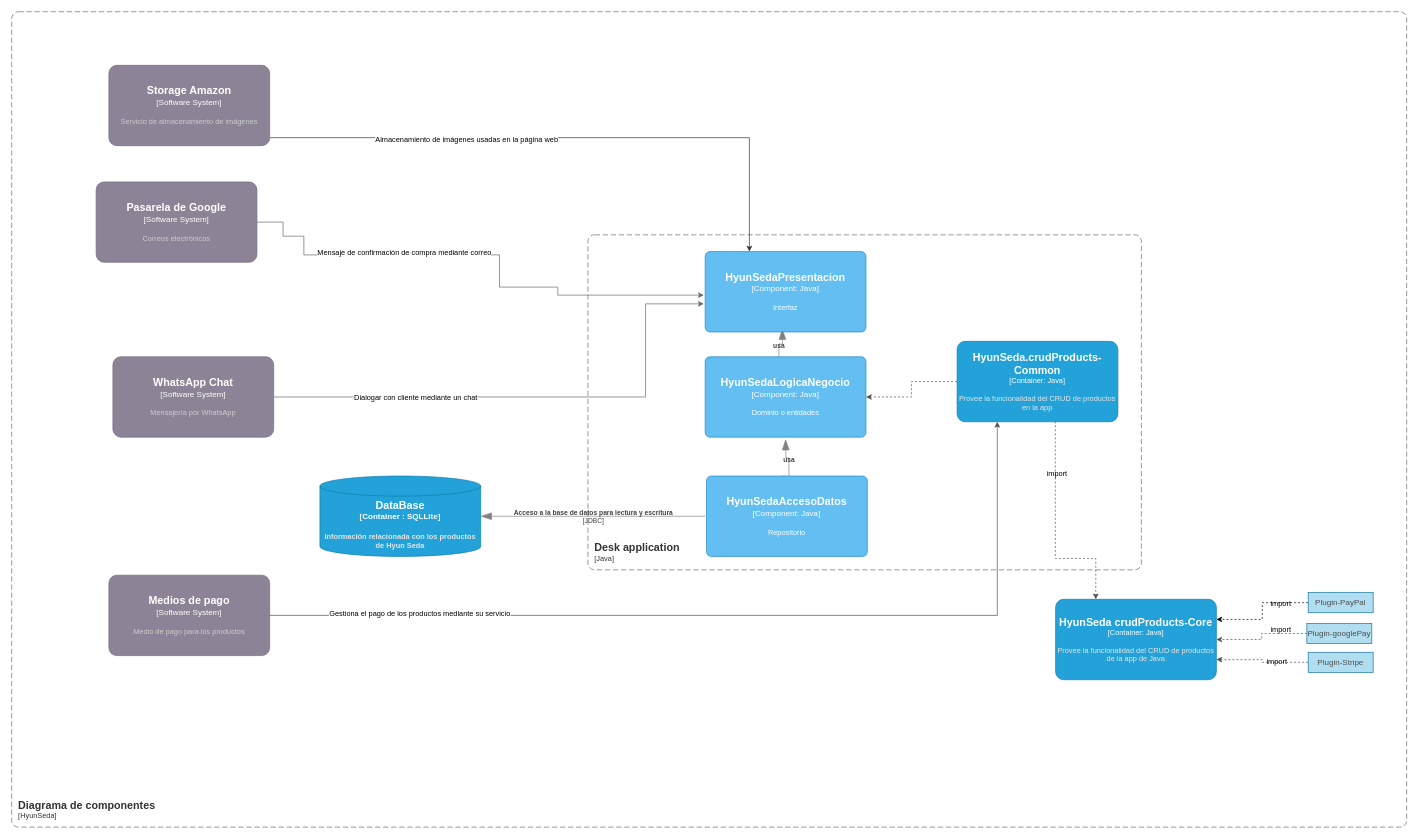
This is DiagramasC4HyunSedaCorte1/3. Diagrama de componentes.drawio from Cragaleo/Sprint-1-Contenido-parte-7-, a draw.io file, before an edit. Source tidied: cells renumbered, new cells numbered last; positions are measured from the earlier drawing's top-left corner, leaving out a move shared by most shapes. Both pictures are drawn from the tidied source at 67%, with x=0, y=0 at pixel (11, 11).
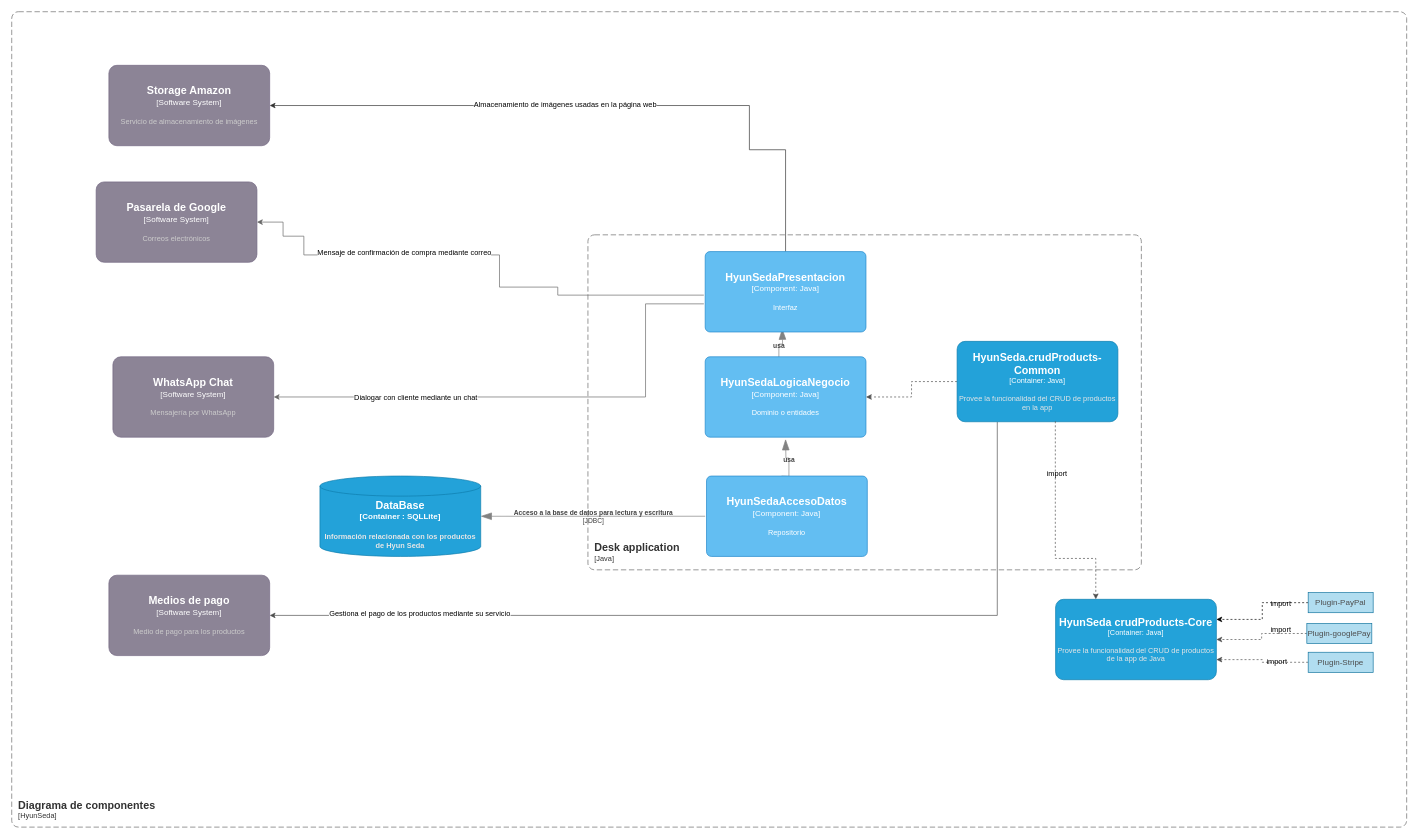
After the change.

Unchanged cells that the change refers to:
```xml
<object id="11" label="&lt;font style=&quot;font-size: 16px&quot;&gt;&lt;b&gt;%c4Name%&lt;/b&gt;&lt;/font&gt;&lt;div&gt;[%c4Type%]&lt;/div&gt;&lt;br&gt;&lt;div&gt;&lt;font style=&quot;font-size: 11px&quot;&gt;&lt;font color=&quot;#cccccc&quot;&gt;%c4Description%&lt;/font&gt;&lt;/div&gt;" c4Description="Servicio de almacenamiento de imágenes" c4Name="Storage Amazon" c4Type="Software System" placeholders="1">
  <mxCell style="rounded=1;whiteSpace=wrap;html=1;labelBackgroundColor=none;fillColor=#8C8496;fontColor=#ffffff;align=center;arcSize=10;strokeColor=#736782;points=[[0.25,0,0],[0.5,0,0],[0.75,0,0],[1,0.25,0],[1,0.5,0],[1,0.75,0],[0.75,1,0],[0.5,1,0],[0.25,1,0],[0,0.75,0],[0,0.5,0],[0,0.25,0]];" parent="1" vertex="1">
    <mxGeometry x="145" y="80" width="240" height="120" as="geometry" />
  </mxCell>
</object>
<object id="13" label="&lt;font style=&quot;font-size: 16px&quot;&gt;&lt;b&gt;%c4Name%&lt;/b&gt;&lt;/font&gt;&lt;div&gt;[%c4Type%]&lt;/div&gt;&lt;br&gt;&lt;div&gt;&lt;font style=&quot;font-size: 11px&quot;&gt;&lt;font color=&quot;#cccccc&quot;&gt;%c4Description%&lt;/font&gt;&lt;/div&gt;" c4Description="Medio de pago para los productos" c4Name="Medios de pago" c4Type="Software System" placeholders="1">
  <mxCell style="rounded=1;whiteSpace=wrap;html=1;labelBackgroundColor=none;fillColor=#8C8496;fontColor=#ffffff;align=center;arcSize=10;strokeColor=#736782;points=[[0.25,0,0],[0.5,0,0],[0.75,0,0],[1,0.25,0],[1,0.5,0],[1,0.75,0],[0.75,1,0],[0.5,1,0],[0.25,1,0],[0,0.75,0],[0,0.5,0],[0,0.25,0]];" parent="1" vertex="1">
    <mxGeometry x="145" y="841" width="240" height="120" as="geometry" />
  </mxCell>
</object>
<object id="15" label="&lt;font style=&quot;font-size: 16px&quot;&gt;&lt;b&gt;%c4Name%&lt;/b&gt;&lt;/font&gt;&lt;div&gt;[%c4Type%]&lt;/div&gt;&lt;br&gt;&lt;div&gt;&lt;font style=&quot;font-size: 11px&quot;&gt;&lt;font color=&quot;#cccccc&quot;&gt;%c4Description%&lt;/font&gt;&lt;/div&gt;" c4Description="Correos electrónicos" c4Name="Pasarela de Google" c4Type="Software System" placeholders="1">
  <mxCell style="rounded=1;whiteSpace=wrap;html=1;labelBackgroundColor=none;fillColor=#8C8496;fontColor=#ffffff;align=center;arcSize=10;strokeColor=#736782;points=[[0.25,0,0],[0.5,0,0],[0.75,0,0],[1,0.25,0],[1,0.5,0],[1,0.75,0],[0.75,1,0],[0.5,1,0],[0.25,1,0],[0,0.75,0],[0,0.5,0],[0,0.25,0]];" parent="1" vertex="1">
    <mxGeometry x="126" y="254" width="240" height="120" as="geometry" />
  </mxCell>
</object>
<object id="17" label="&lt;font style=&quot;font-size: 16px&quot;&gt;&lt;b&gt;%c4Name%&lt;/b&gt;&lt;/font&gt;&lt;div&gt;[%c4Type%]&lt;/div&gt;&lt;br&gt;&lt;div&gt;&lt;font style=&quot;font-size: 11px&quot;&gt;&lt;font color=&quot;#cccccc&quot;&gt;%c4Description%&lt;/font&gt;&lt;/div&gt;" c4Description="Mensajería por WhatsApp" c4Name="WhatsApp Chat" c4Type="Software System" placeholders="1">
  <mxCell style="rounded=1;whiteSpace=wrap;html=1;labelBackgroundColor=none;fillColor=#8C8496;fontColor=#ffffff;align=center;arcSize=10;strokeColor=#736782;points=[[0.25,0,0],[0.5,0,0],[0.75,0,0],[1,0.25,0],[1,0.5,0],[1,0.75,0],[0.75,1,0],[0.5,1,0],[0.25,1,0],[0,0.75,0],[0,0.5,0],[0,0.25,0]];" parent="1" vertex="1">
    <mxGeometry x="151" y="515" width="240" height="120" as="geometry" />
  </mxCell>
</object>
<object id="21" label="&lt;font style=&quot;font-size: 16px&quot;&gt;&lt;b&gt;%c4Name%&lt;/b&gt;&lt;/font&gt;&lt;div&gt;[%c4Type%: %c4Technology%]&lt;/div&gt;&lt;br&gt;&lt;div&gt;&lt;font style=&quot;font-size: 11px&quot;&gt;%c4Description%&lt;/font&gt;&lt;/div&gt;" c4Description="Interfaz" c4Name="HyunSedaPresentacion" c4Technology="Java" c4Type="Component" placeholders="1">
  <mxCell style="rounded=1;whiteSpace=wrap;html=1;labelBackgroundColor=none;fillColor=#63BEF2;fontColor=#ffffff;align=center;arcSize=6;strokeColor=#2086C9;points=[[0.25,0,0],[0.5,0,0],[0.75,0,0],[1,0.25,0],[1,0.5,0],[1,0.75,0],[0.75,1,0],[0.5,1,0],[0.25,1,0],[0,0.75,0],[0,0.5,0],[0,0.25,0]];" parent="1" vertex="1">
    <mxGeometry x="1035" y="358" width="240" height="120" as="geometry" />
  </mxCell>
</object>
<object id="24" label="&lt;font style=&quot;font-size: 16px&quot;&gt;&lt;b&gt;%c4Name%&lt;/b&gt;&lt;/font&gt;&lt;div&gt;[%c4Type%: %c4Technology%]&lt;/div&gt;&lt;br&gt;&lt;div&gt;&lt;font style=&quot;font-size: 11px&quot;&gt;&lt;font color=&quot;#E6E6E6&quot;&gt;%c4Description%&lt;/font&gt;&lt;/div&gt;" c4Description="Provee la funcionalidad del CRUD de productos en la app" c4Name="HyunSeda.crudProducts-Common" c4Technology="Java" c4Type="Container" placeholders="1">
  <mxCell style="rounded=1;whiteSpace=wrap;html=1;fontSize=11;labelBackgroundColor=none;fillColor=#23A2D9;fontColor=#ffffff;align=center;arcSize=10;strokeColor=#0E7DAD;points=[[0.25,0,0],[0.5,0,0],[0.75,0,0],[1,0.25,0],[1,0.5,0],[1,0.75,0],[0.75,1,0],[0.5,1,0],[0.25,1,0],[0,0.75,0],[0,0.5,0],[0,0.25,0]];" parent="1" vertex="1">
    <mxGeometry x="1411" y="492" width="240" height="120" as="geometry" />
  </mxCell>
</object>
```

Diff of the diagram source:
```diff
@@
-    <mxCell id="9" style="edgeStyle=orthogonalEdgeStyle;rounded=0;jettySize=auto;html=1;entryX=0.296;entryY=0.042;entryDx=0;entryDy=0;entryPerimeter=0;strokeColor=#303030;" parent="1" edge="1" source="11">
+    <mxCell id="9" style="edgeStyle=orthogonalEdgeStyle;rounded=0;jettySize=auto;html=1;entryX=1;entryY=0.5;entryDx=0;entryDy=0;entryPerimeter=0;strokeColor=#303030;exitX=0.5;exitY=0;exitDx=0;exitDy=0;exitPerimeter=0;" parent="1" edge="1" source="21" target="11">
       <mxGeometry relative="1" as="geometry">
-        <mxPoint x="1101" y="358" as="targetPoint" />
         <Array as="points">
-          <mxPoint x="1101" y="188" />
+          <mxPoint x="1155" y="206" />
+          <mxPoint x="1101" y="206" />
+          <mxPoint x="1101" y="140" />
         </Array>
       </mxGeometry>
     </mxCell>
     <mxCell id="10" value="Almacenamiento de imágenes usadas en la página web" style="edgeLabel;html=1;align=center;verticalAlign=middle;fontColor=#000000;labelBackgroundColor=#ffffff;" parent="9" vertex="1">
       <mxGeometry x="-0.54" relative="1" as="geometry">
-        <mxPoint x="89" y="2" as="offset" />
+        <mxPoint x="-276" y="-47" as="offset" />
       </mxGeometry>
     </mxCell>
@@
-    <mxCell id="12" style="edgeStyle=orthogonalEdgeStyle;rounded=0;jettySize=auto;html=1;entryX=0.25;entryY=1;entryDx=0;entryDy=0;entryPerimeter=0;strokeColor=#4D4D4D;" parent="1" edge="1" source="13" target="24">
+    <mxCell id="12" style="edgeStyle=orthogonalEdgeStyle;rounded=0;jettySize=auto;html=1;entryX=0.25;entryY=1;entryDx=0;entryDy=0;entryPerimeter=0;strokeColor=#4D4D4D;startArrow=classic;startFill=1;endArrow=none;endFill=0;" parent="1" edge="1" source="13" target="24">
       <mxGeometry relative="1" as="geometry" />
     </mxCell>
@@
-    <mxCell id="14" style="edgeStyle=orthogonalEdgeStyle;rounded=0;jettySize=auto;html=1;strokeColor=#666666;entryX=0;entryY=0.75;entryDx=0;entryDy=0;entryPerimeter=0;" parent="1" edge="1" source="15">
+    <mxCell id="14" style="edgeStyle=orthogonalEdgeStyle;rounded=0;jettySize=auto;html=1;strokeColor=#666666;entryX=0;entryY=0.75;entryDx=0;entryDy=0;entryPerimeter=0;startArrow=classic;startFill=1;endArrow=none;endFill=0;" parent="1" edge="1" source="15">
       <mxGeometry relative="1" as="geometry">
         <mxPoint x="1033" y="423" as="targetPoint" />
         <Array as="points">
           <mxPoint x="405" y="314" />
           <mxPoint x="405" y="335" />
           <mxPoint x="436" y="335" />
           <mxPoint x="436" y="363" />
           <mxPoint x="728" y="363" />
           <mxPoint x="728" y="411" />
           <mxPoint x="815" y="411" />
           <mxPoint x="815" y="423" />
         </Array>
       </mxGeometry>
     </mxCell>
@@
-    <mxCell id="16" style="edgeStyle=orthogonalEdgeStyle;rounded=0;jettySize=auto;html=1;strokeColor=#666666;" parent="1" edge="1" source="17">
+    <mxCell id="16" style="edgeStyle=orthogonalEdgeStyle;rounded=0;jettySize=auto;html=1;strokeColor=#666666;startArrow=classic;startFill=1;endArrow=none;endFill=0;" parent="1" edge="1" source="17">
       <mxGeometry relative="1" as="geometry">
         <mxPoint x="1033" y="436" as="targetPoint" />
         <Array as="points">
           <mxPoint x="946" y="575" />
           <mxPoint x="946" y="436" />
         </Array>
       </mxGeometry>
     </mxCell>
```
